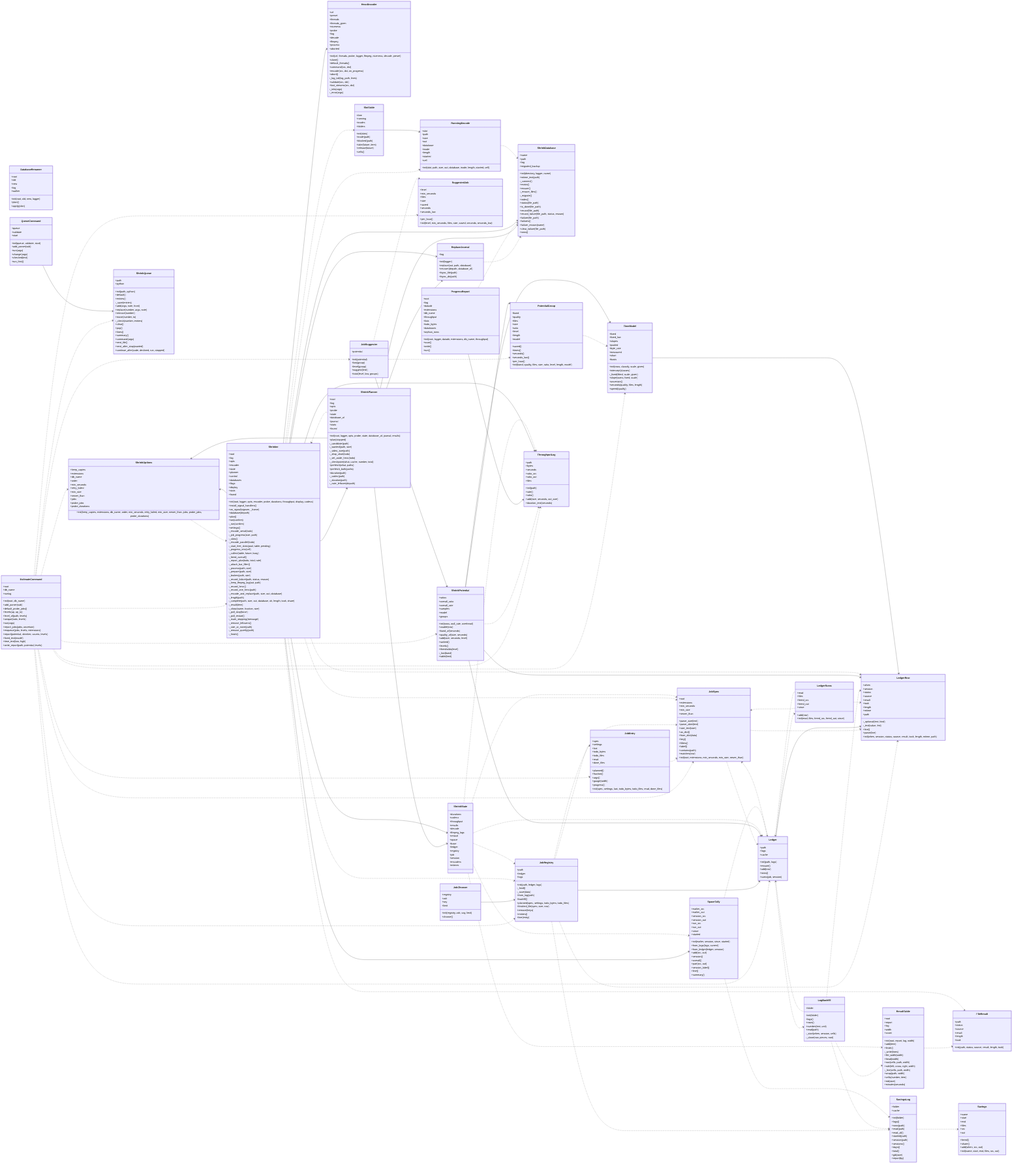
Before: docs/img/uml_shrink.png, a diagram exported from Mermaid (peddanet/mediatools). Its source is kept beside it as docs/img/uml_shrink.mmd.
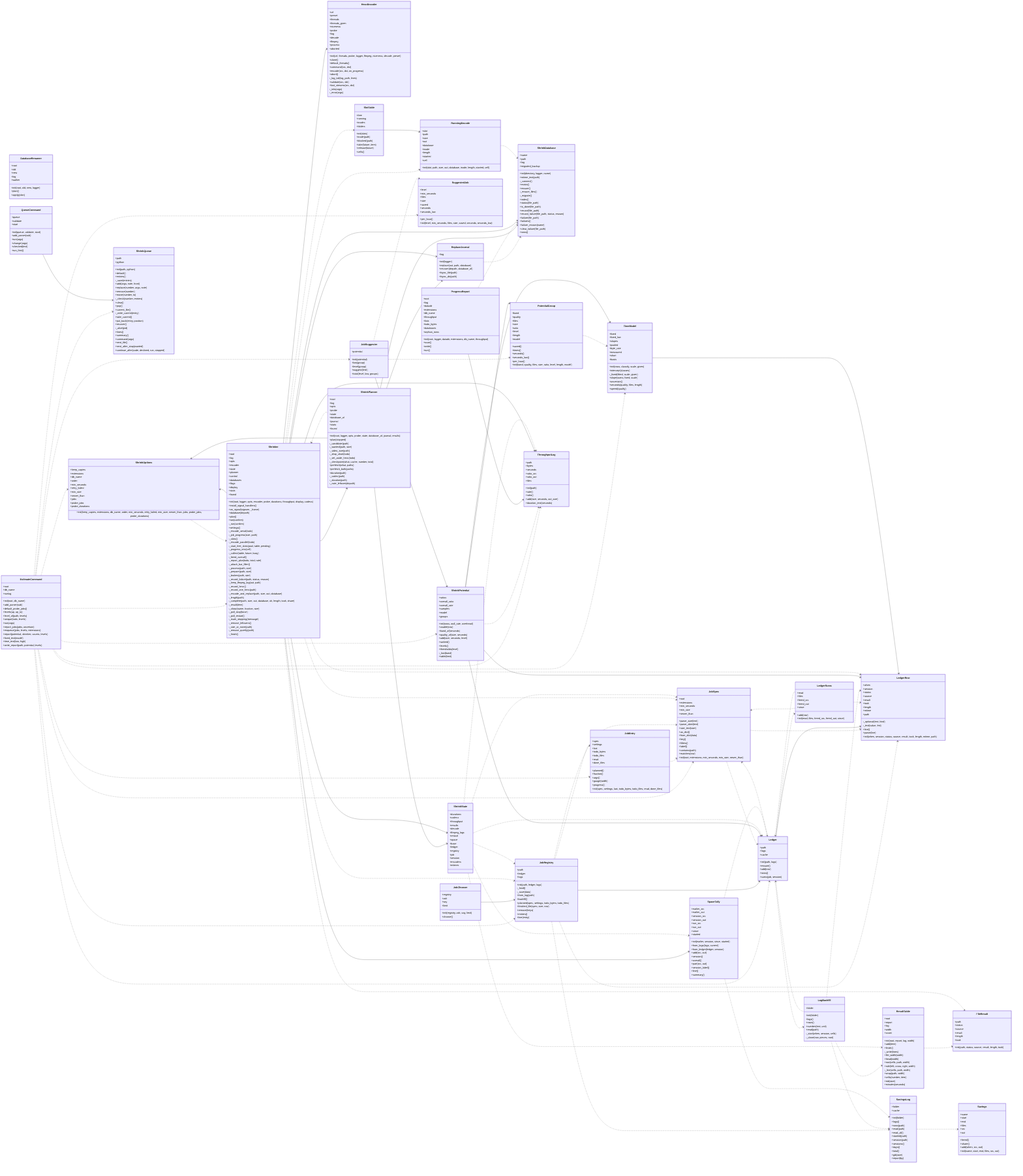
The same file after the commit.

Diff of the diagram source:
```diff
@@ -425,6 +425,12 @@
     -_check(number, entries)
     +clear()
     +pop()
+    +current_file()
+    -_write_current(entry)
+    +take_current()
+    +put_back(entry, position)
+    +recover()
+    -_alive(pid)
     +lines()
     +summary()
     +command(args)
```
